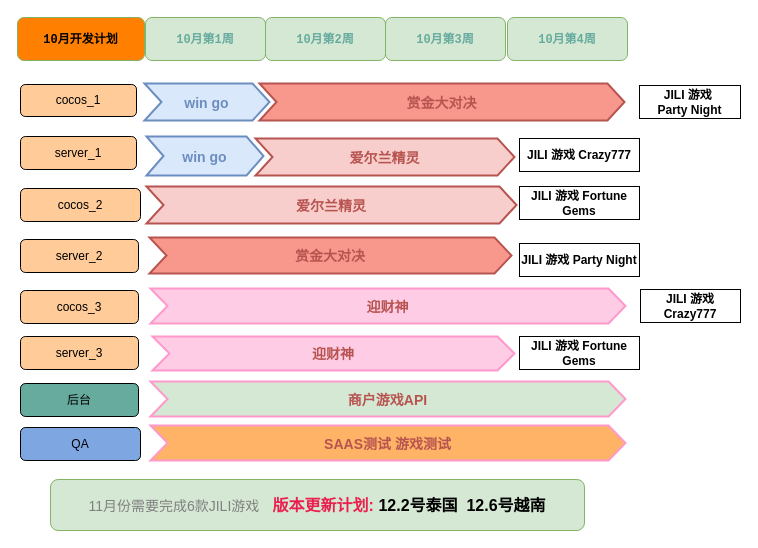
Before: 10月计划.drawio in iteevohe/images, a draw.io diagram. Source tidied: cells renumbered, new cells numbered last; positions are measured from the earlier drawing's top-left corner, leaving out a move shared by most shapes. Both pictures are drawn from the tidied source at 100%, with x=0, y=0 at pixel (17, 17).
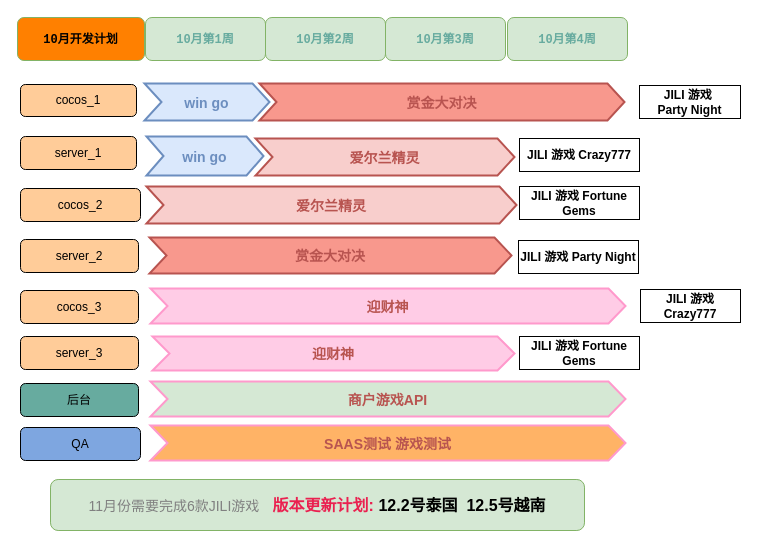
The same page after the edit.

Commit message:
更新10月计划.drawio

What changed in the source:
```diff
@@
     <mxCell id="28" value="&lt;b&gt;JILI 游戏&amp;nbsp;Party Night&lt;/b&gt;" style="rounded=0;whiteSpace=wrap;html=1;" parent="1" vertex="1">
-      <mxGeometry x="502" y="226" width="120" height="33" as="geometry" />
+      <mxGeometry x="501" y="223" width="120" height="33" as="geometry" />
     </mxCell>
@@
-    <mxCell id="30" value="&lt;font style=&quot;&quot;&gt;&lt;font style=&quot;font-size: 14px;&quot; color=&quot;#808080&quot;&gt;11月份需要完成6款JILI游戏&lt;/font&gt;&lt;b style=&quot;font-size: 16px; color: rgb(234, 33, 80);&quot;&gt;&amp;nbsp; &amp;nbsp;版本更新计划:&amp;nbsp;&lt;/b&gt;&lt;/font&gt;&lt;b style=&quot;font-size: 16px;&quot;&gt;12.2号泰国&amp;nbsp; 12.6号越南&lt;/b&gt;" style="rounded=1;whiteSpace=wrap;html=1;fillColor=#d5e8d4;strokeColor=#82b366;" parent="1" vertex="1">
+    <mxCell id="30" value="&lt;font style=&quot;&quot;&gt;&lt;font style=&quot;font-size: 14px;&quot; color=&quot;#808080&quot;&gt;11月份需要完成6款JILI游戏&lt;/font&gt;&lt;b style=&quot;font-size: 16px; color: rgb(234, 33, 80);&quot;&gt;&amp;nbsp; &amp;nbsp;版本更新计划:&amp;nbsp;&lt;/b&gt;&lt;/font&gt;&lt;b style=&quot;font-size: 16px;&quot;&gt;12.2号泰国&amp;nbsp; 12.5号越南&lt;/b&gt;" style="rounded=1;whiteSpace=wrap;html=1;fillColor=#d5e8d4;strokeColor=#82b366;" parent="1" vertex="1">
       <mxGeometry x="33" y="462" width="534" height="51" as="geometry" />
     </mxCell>
```
